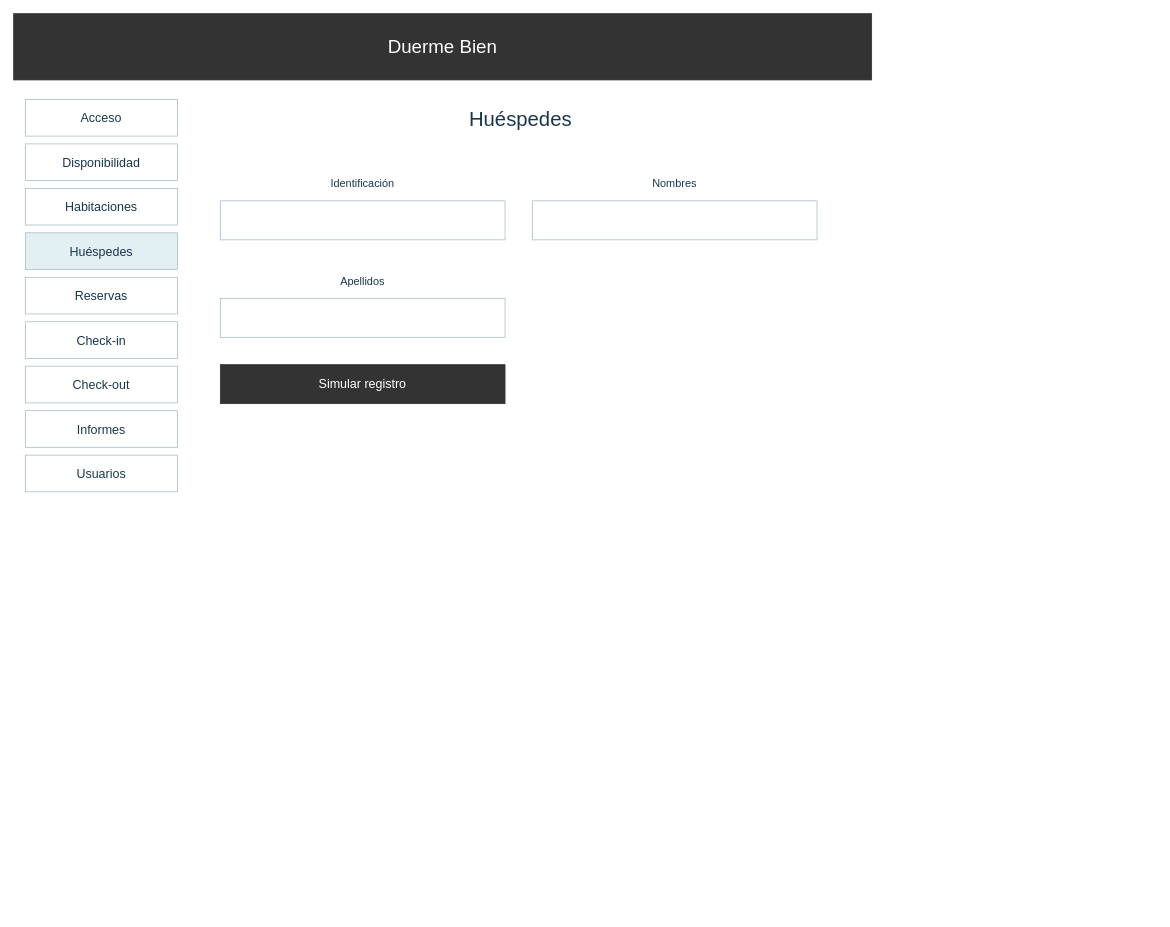
Yutre3/hotel-duerme-bien keeps this draw.io diagram as page "Wireframe · Huéspedes" (5 of 19) of diagramas-editables/interfaces.drawio. Above is the earlier version. Source tidied: cells renumbered, new cells numbered last; positions are measured from the earlier drawing's top-left corner, leaving out a move shared by most shapes. Both pictures are drawn from the tidied source at 78%, with x=0, y=0 at pixel (13, 13).
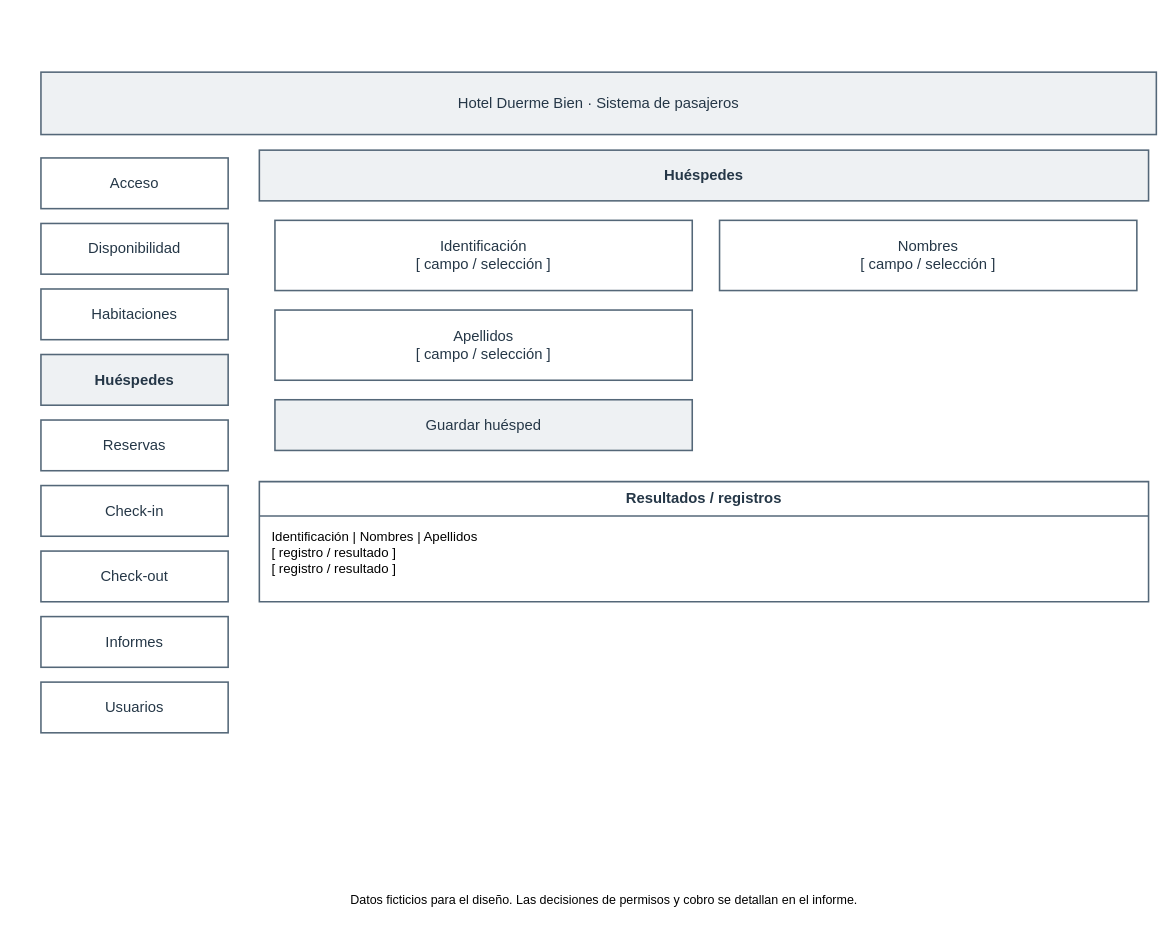
Above is the later version.

Change to the diagram source:
```diff
@@
 <mxGraphModel>
   <root>
     <mxCell id="0" />
     <mxCell id="1" parent="0" />
-    <mxCell id="2" value="Duerme Bien" style="html=0;whiteSpace=wrap;rounded=0;fillColor=#333333;fontColor=#ffffff;strokeColor=#333333;fontSize=24;" parent="1" vertex="1">
-      <mxGeometry width="1100" height="85" as="geometry" />
-    </mxCell>
+    <mxCell id="20" value="Hotel Duerme Bien · Sistema de pasajeros" style="rounded=0;html=0;whiteSpace=wrap;strokeColor=#546778;strokeWidth=2;fillColor=#eef1f3;fontColor=#253747;fontSize=19;" parent="1" vertex="1">
+      <mxGeometry x="35" y="75" width="1430" height="80" as="geometry" />
+    </mxCell>
-    <mxCell id="3" value="Acceso" style="html=0;whiteSpace=wrap;rounded=0;fillColor=#ffffff;fontColor=#19374b;strokeColor=#a7bcc6;fontSize=16;" parent="1" vertex="1">
-      <mxGeometry x="15" y="110" width="195" height="47" as="geometry" />
+    <mxCell id="3" value="Acceso" style="rounded=0;html=0;whiteSpace=wrap;strokeColor=#546778;strokeWidth=2;fillColor=#ffffff;fontColor=#253747;fontSize=19;" parent="1" vertex="1">
+      <mxGeometry x="35" y="185" width="240" height="65" as="geometry" />
     </mxCell>
-    <mxCell id="4" value="Disponibilidad" style="html=0;whiteSpace=wrap;rounded=0;fillColor=#ffffff;fontColor=#19374b;strokeColor=#a7bcc6;fontSize=16;" parent="1" vertex="1">
-      <mxGeometry x="15" y="167" width="195" height="47" as="geometry" />
+    <mxCell id="4" value="Disponibilidad" style="rounded=0;html=0;whiteSpace=wrap;strokeColor=#546778;strokeWidth=2;fillColor=#ffffff;fontColor=#253747;fontSize=19;" parent="1" vertex="1">
+      <mxGeometry x="35" y="269" width="240" height="65" as="geometry" />
     </mxCell>
-    <mxCell id="5" value="Habitaciones" style="html=0;whiteSpace=wrap;rounded=0;fillColor=#ffffff;fontColor=#19374b;strokeColor=#a7bcc6;fontSize=16;" parent="1" vertex="1">
-      <mxGeometry x="15" y="224" width="195" height="47" as="geometry" />
+    <mxCell id="5" value="Habitaciones" style="rounded=0;html=0;whiteSpace=wrap;strokeColor=#546778;strokeWidth=2;fillColor=#ffffff;fontColor=#253747;fontSize=19;" parent="1" vertex="1">
+      <mxGeometry x="35" y="353" width="240" height="65" as="geometry" />
     </mxCell>
-    <mxCell id="6" value="Huéspedes" style="html=0;whiteSpace=wrap;rounded=0;fillColor=#e3f0f3;fontColor=#19374b;strokeColor=#a7bcc6;fontSize=16;" parent="1" vertex="1">
-      <mxGeometry x="15" y="281" width="195" height="47" as="geometry" />
-    </mxCell>
+    <mxCell id="21" value="Huéspedes" style="rounded=0;html=0;whiteSpace=wrap;strokeColor=#546778;strokeWidth=2;fillColor=#eef1f3;fontColor=#253747;fontSize=19;fontStyle=1;" parent="1" vertex="1">
+      <mxGeometry x="35" y="437" width="240" height="65" as="geometry" />
+    </mxCell>
-    <mxCell id="7" value="Reservas" style="html=0;whiteSpace=wrap;rounded=0;fillColor=#ffffff;fontColor=#19374b;strokeColor=#a7bcc6;fontSize=16;" parent="1" vertex="1">
-      <mxGeometry x="15" y="338" width="195" height="47" as="geometry" />
+    <mxCell id="7" value="Reservas" style="rounded=0;html=0;whiteSpace=wrap;strokeColor=#546778;strokeWidth=2;fillColor=#ffffff;fontColor=#253747;fontSize=19;" parent="1" vertex="1">
+      <mxGeometry x="35" y="521" width="240" height="65" as="geometry" />
     </mxCell>
-    <mxCell id="8" value="Check-in" style="html=0;whiteSpace=wrap;rounded=0;fillColor=#ffffff;fontColor=#19374b;strokeColor=#a7bcc6;fontSize=16;" parent="1" vertex="1">
-      <mxGeometry x="15" y="395" width="195" height="47" as="geometry" />
+    <mxCell id="8" value="Check-in" style="rounded=0;html=0;whiteSpace=wrap;strokeColor=#546778;strokeWidth=2;fillColor=#ffffff;fontColor=#253747;fontSize=19;" parent="1" vertex="1">
+      <mxGeometry x="35" y="605" width="240" height="65" as="geometry" />
     </mxCell>
-    <mxCell id="9" value="Check-out" style="html=0;whiteSpace=wrap;rounded=0;fillColor=#ffffff;fontColor=#19374b;strokeColor=#a7bcc6;fontSize=16;" parent="1" vertex="1">
-      <mxGeometry x="15" y="452" width="195" height="47" as="geometry" />
+    <mxCell id="9" value="Check-out" style="rounded=0;html=0;whiteSpace=wrap;strokeColor=#546778;strokeWidth=2;fillColor=#ffffff;fontColor=#253747;fontSize=19;" parent="1" vertex="1">
+      <mxGeometry x="35" y="689" width="240" height="65" as="geometry" />
     </mxCell>
-    <mxCell id="10" value="Informes" style="html=0;whiteSpace=wrap;rounded=0;fillColor=#ffffff;fontColor=#19374b;strokeColor=#a7bcc6;fontSize=16;" parent="1" vertex="1">
-      <mxGeometry x="15" y="509" width="195" height="47" as="geometry" />
+    <mxCell id="10" value="Informes" style="rounded=0;html=0;whiteSpace=wrap;strokeColor=#546778;strokeWidth=2;fillColor=#ffffff;fontColor=#253747;fontSize=19;" parent="1" vertex="1">
+      <mxGeometry x="35" y="773" width="240" height="65" as="geometry" />
     </mxCell>
-    <mxCell id="11" value="Usuarios" style="html=0;whiteSpace=wrap;rounded=0;fillColor=#ffffff;fontColor=#19374b;strokeColor=#a7bcc6;fontSize=16;" parent="1" vertex="1">
-      <mxGeometry x="15" y="566" width="195" height="47" as="geometry" />
+    <mxCell id="11" value="Usuarios" style="rounded=0;html=0;whiteSpace=wrap;strokeColor=#546778;strokeWidth=2;fillColor=#ffffff;fontColor=#253747;fontSize=19;" parent="1" vertex="1">
+      <mxGeometry x="35" y="857" width="240" height="65" as="geometry" />
     </mxCell>
-    <mxCell id="12" value="Huéspedes" style="html=0;whiteSpace=wrap;rounded=0;fillColor=#ffffff;fontColor=#19374b;strokeColor=#ffffff;fontSize=26;" parent="1" vertex="1">
-      <mxGeometry x="250" y="110" width="800" height="50" as="geometry" />
-    </mxCell>
-    <mxCell id="13" value="Identificación" style="html=0;whiteSpace=wrap;rounded=0;fillColor=#ffffff;fontColor=#19374b;strokeColor=#ffffff;fontSize=14;" parent="1" vertex="1">
-      <mxGeometry x="265" y="200" width="365" height="35" as="geometry" />
-    </mxCell>
-    <mxCell id="14" style="html=0;whiteSpace=wrap;rounded=0;fillColor=#ffffff;fontColor=#19374b;strokeColor=#a7bcc6;fontSize=16;" parent="1" vertex="1">
-      <mxGeometry x="265" y="240" width="365" height="50" as="geometry" />
-    </mxCell>
-    <mxCell id="15" value="Nombres" style="html=0;whiteSpace=wrap;rounded=0;fillColor=#ffffff;fontColor=#19374b;strokeColor=#ffffff;fontSize=14;" parent="1" vertex="1">
-      <mxGeometry x="665" y="200" width="365" height="35" as="geometry" />
-    </mxCell>
-    <mxCell id="16" style="html=0;whiteSpace=wrap;rounded=0;fillColor=#ffffff;fontColor=#19374b;strokeColor=#a7bcc6;fontSize=16;" parent="1" vertex="1">
-      <mxGeometry x="665" y="240" width="365" height="50" as="geometry" />
-    </mxCell>
-    <mxCell id="17" value="Apellidos" style="html=0;whiteSpace=wrap;rounded=0;fillColor=#ffffff;fontColor=#19374b;strokeColor=#ffffff;fontSize=14;" parent="1" vertex="1">
-      <mxGeometry x="265" y="325" width="365" height="35" as="geometry" />
-    </mxCell>
-    <mxCell id="18" style="html=0;whiteSpace=wrap;rounded=0;fillColor=#ffffff;fontColor=#19374b;strokeColor=#a7bcc6;fontSize=16;" parent="1" vertex="1">
-      <mxGeometry x="265" y="365" width="365" height="50" as="geometry" />
-    </mxCell>
-    <mxCell id="19" value="Simular registro" style="html=0;whiteSpace=wrap;rounded=0;fillColor=#333333;fontColor=#ffffff;strokeColor=#333333;fontSize=16;" parent="1" vertex="1">
-      <mxGeometry x="265" y="450" width="365" height="50" as="geometry" />
-    </mxCell>
+    <mxCell id="22" value="Huéspedes" style="rounded=0;html=0;whiteSpace=wrap;strokeColor=#546778;strokeWidth=2;fillColor=#eef1f3;fontColor=#253747;fontSize=19;fontStyle=1;" parent="1" vertex="1">
+      <mxGeometry x="315" y="175" width="1140" height="65" as="geometry" />
+    </mxCell>
+    <mxCell id="23" value="Identificación&#10;[ campo / selección ]" style="rounded=0;html=0;whiteSpace=wrap;strokeColor=#546778;strokeWidth=2;fillColor=#ffffff;fontColor=#253747;fontSize=19;" parent="1" vertex="1">
+      <mxGeometry x="335" y="265" width="535" height="90" as="geometry" />
+    </mxCell>
+    <mxCell id="24" value="Nombres&#10;[ campo / selección ]" style="rounded=0;html=0;whiteSpace=wrap;strokeColor=#546778;strokeWidth=2;fillColor=#ffffff;fontColor=#253747;fontSize=19;" parent="1" vertex="1">
+      <mxGeometry x="905" y="265" width="535" height="90" as="geometry" />
+    </mxCell>
+    <mxCell id="25" value="Apellidos&#10;[ campo / selección ]" style="rounded=0;html=0;whiteSpace=wrap;strokeColor=#546778;strokeWidth=2;fillColor=#ffffff;fontColor=#253747;fontSize=19;" parent="1" vertex="1">
+      <mxGeometry x="335" y="380" width="535" height="90" as="geometry" />
+    </mxCell>
+    <mxCell id="26" value="Guardar huésped" style="rounded=0;html=0;whiteSpace=wrap;strokeColor=#546778;strokeWidth=2;fillColor=#eef1f3;fontColor=#253747;fontSize=19;" parent="1" vertex="1">
+      <mxGeometry x="335" y="495" width="535" height="65" as="geometry" />
+    </mxCell>
+    <mxCell id="27" value="Resultados / registros" style="shape=swimlane;startSize=44;horizontal=1;html=0;whiteSpace=wrap;strokeColor=#546778;strokeWidth=2;fillColor=#ffffff;fontColor=#253747;fontSize=19;fontStyle=1;" parent="1" vertex="1">
+      <mxGeometry x="315" y="600" width="1140" height="154" as="geometry" />
+    </mxCell>
+    <mxCell id="28" value="Identificación | Nombres | Apellidos&#10;[ registro / resultado ]&#10;[ registro / resultado ]" style="text;html=0;strokeColor=none;fillColor=none;align=left;verticalAlign=top;spacingLeft=14;fontSize=17;" parent="27" vertex="1">
+      <mxGeometry y="54" width="1140" height="84" as="geometry" />
+    </mxCell>
+    <mxCell id="29" value="Datos ficticios para el diseño. Las decisiones de permisos y cobro se detallan en el informe." style="text;html=0;strokeColor=none;fillColor=none;fontSize=16;" parent="1" vertex="1">
+      <mxGeometry x="430" y="1120" width="900" height="35" as="geometry" />
+    </mxCell>
   </root>
 </mxGraphModel>
```
